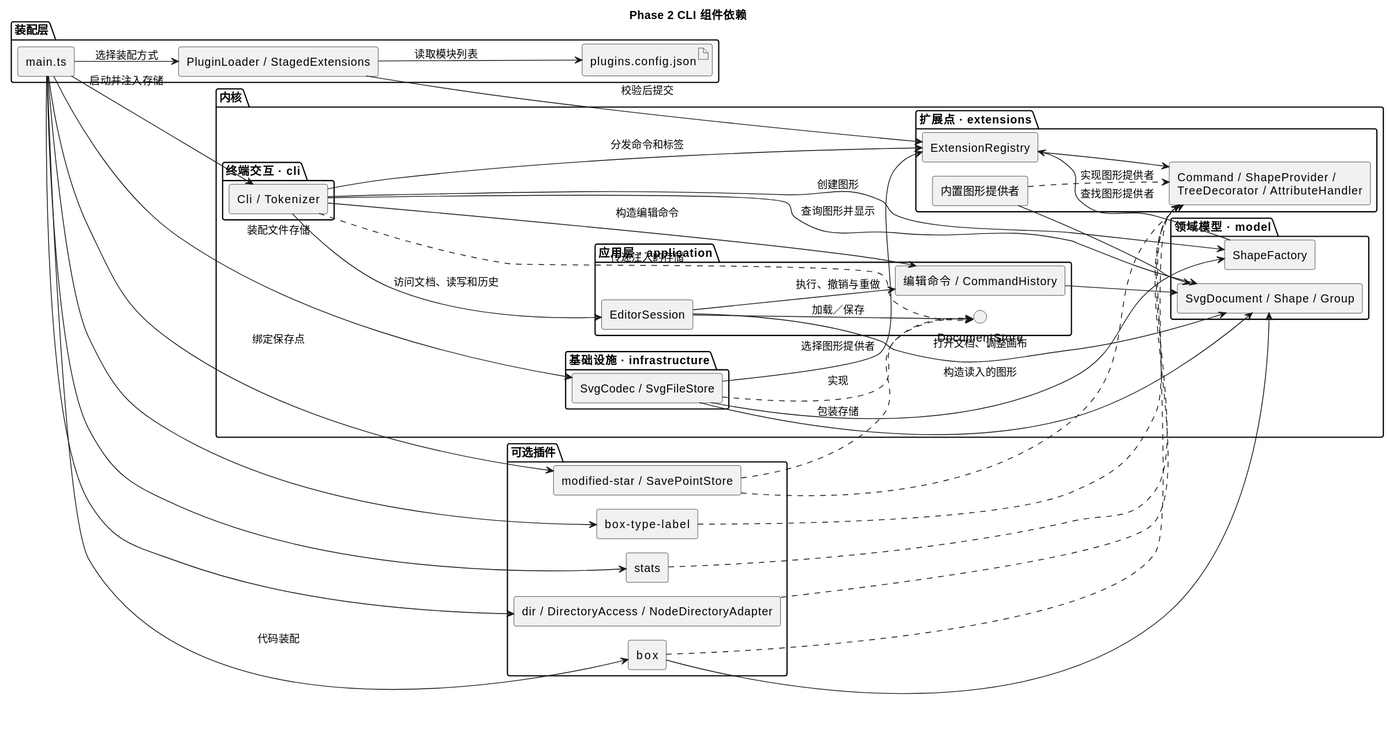
Before: doc/architecture-phase2.svg, a diagram exported from PlantUML (Pianeer888/svg-editor-lab1).
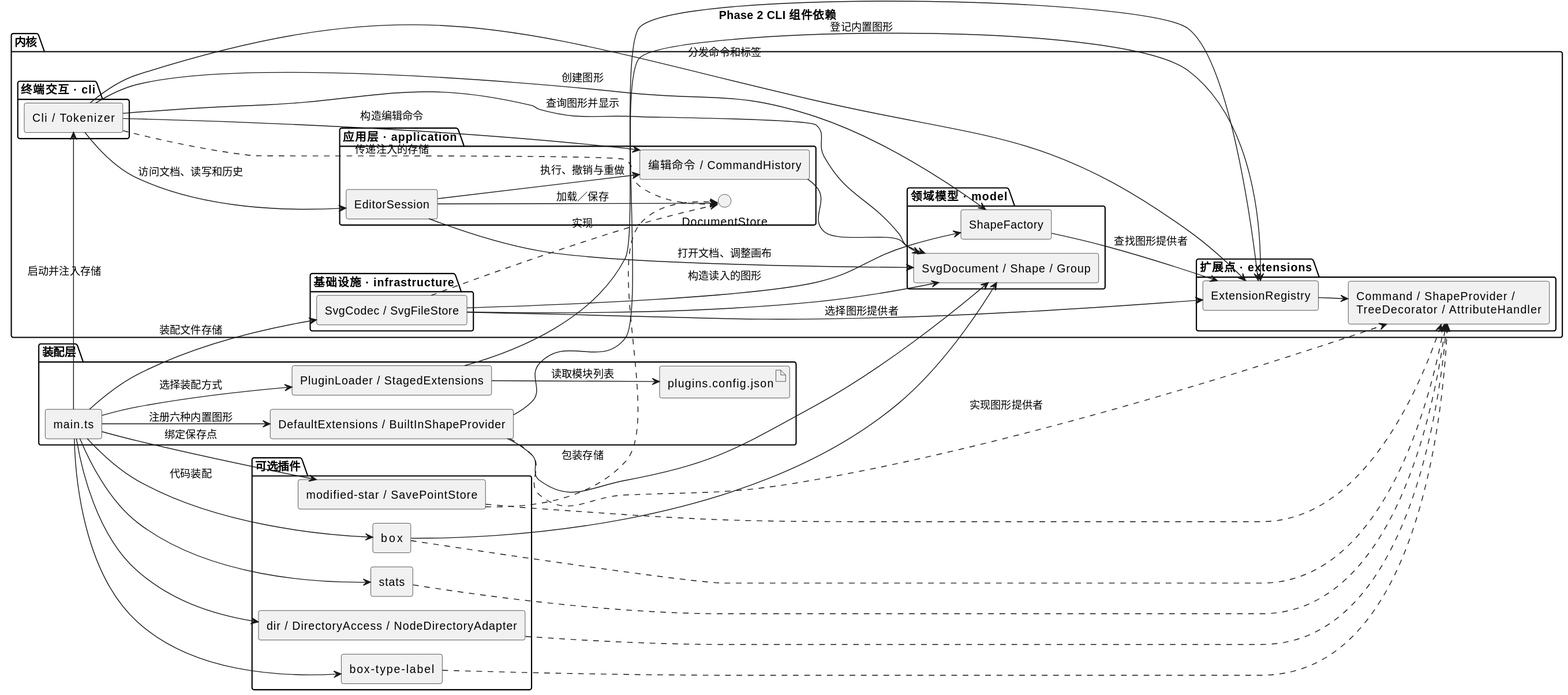
Above is the later version.

What changed in the source:
```diff
@@ -7,6 +7,7 @@
 package "装配层" {
   component "main.ts" as Main
   component "PluginLoader / StagedExtensions" as Loader
+  component "DefaultExtensions / BuiltInShapeProvider" as Builtin
   artifact "plugins.config.json" as Config
 }
 package "内核" {
@@ -24,7 +25,6 @@
   }
   package "扩展点 · extensions" {
     component "ExtensionRegistry" as Registry
-    component "内置图形提供者" as Builtin
     component "Command / ShapeProvider /\nTreeDecorator / AttributeHandler" as Slots
   }
   package "基础设施 · infrastructure" {
@@ -40,6 +40,7 @@
 }
 Main --> Cli : 启动并注入存储
 Main --> Loader : 选择装配方式
+Main --> Builtin : 注册六种内置图形
 Main --> Codec : 装配文件存储
 Main --> Star : 绑定保存点
 Main --> Box : 代码装配
@@ -61,6 +62,7 @@
 Factory --> Registry : 查找图形提供者
 Registry --> Slots
 Builtin ..> Slots : 实现图形提供者
+Builtin --> Registry : 登记内置图形
 Builtin --> Model
 Codec ..> Port : 实现
 Codec --> Registry : 选择图形提供者
```
